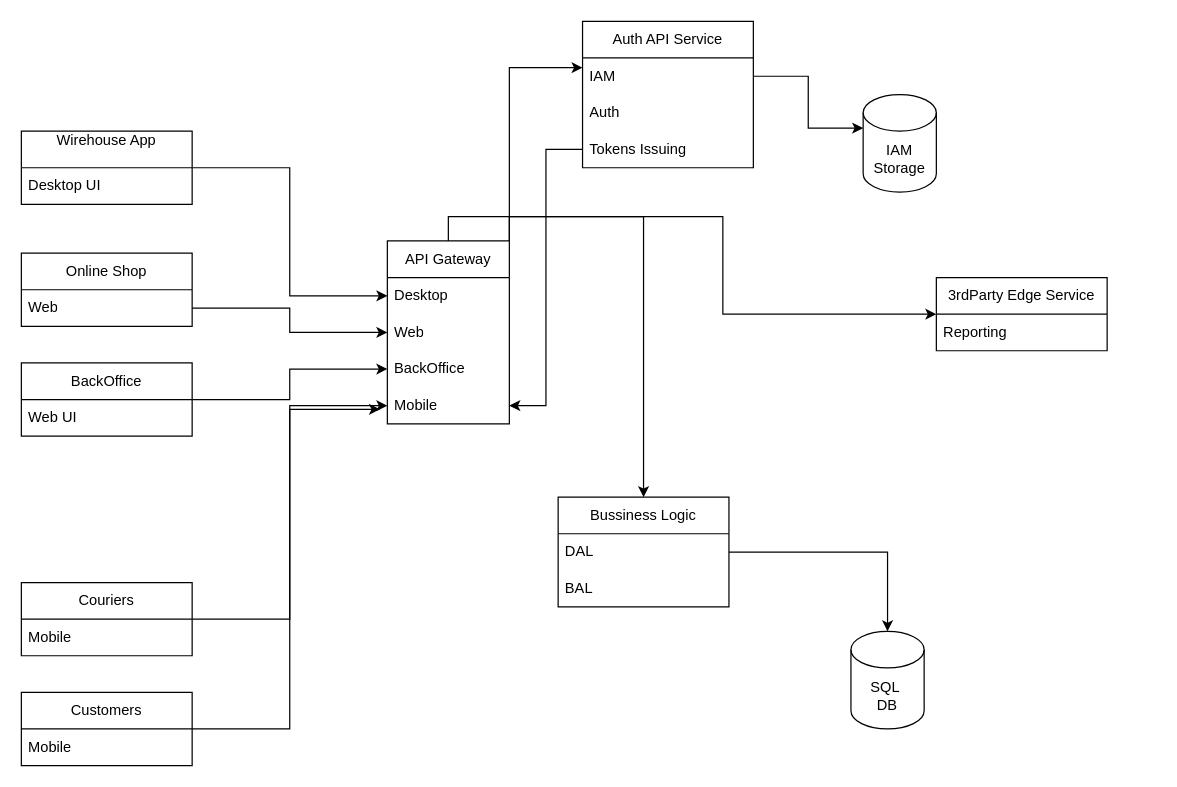
The draw.io diagram .NET Mentoring Program Advanced 2024 Q2 [UA]/Architectural Styles and Patterns/Untitled Diagram.drawio in YBalan/EPAM.NETMentoring, before the edit. Source tidied: cells renumbered, new cells numbered last; positions are measured from the earlier drawing's top-left corner, leaving out a move shared by most shapes. Both pictures are drawn from the tidied source at 122%, with x=0, y=0 at pixel (21, 21).
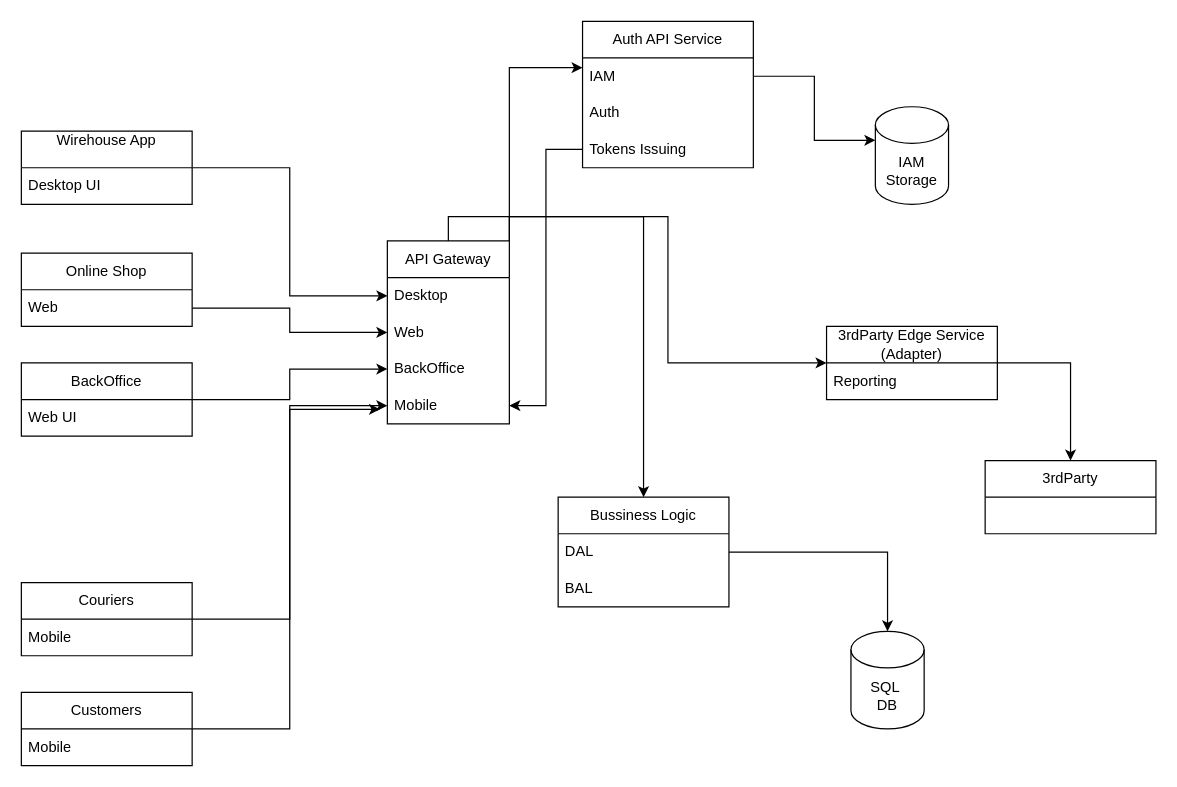
Above is the later version.

Diff of the diagram source:
```diff
@@
     <mxCell id="2" value="IAM Storage" style="shape=cylinder3;whiteSpace=wrap;html=1;boundedLbl=1;backgroundOutline=1;size=15;" parent="1" vertex="1">
-      <mxGeometry x="690" y="60" width="60" height="80" as="geometry" />
+      <mxGeometry x="700" y="70" width="60" height="80" as="geometry" />
     </mxCell>
@@
+    <mxCell id="39" style="edgeStyle=orthogonalEdgeStyle;rounded=0;jettySize=auto;html=1;exitX=1;exitY=0.5;exitDx=0;exitDy=0;" parent="1" edge="1" source="11" target="40">
+      <mxGeometry relative="1" as="geometry" />
+    </mxCell>
-    <mxCell id="11" value="3rdParty Edge Service" style="swimlane;fontStyle=0;horizontal=1;startSize=30;whiteSpace=wrap;html=1;" parent="1" vertex="1">
-      <mxGeometry x="750" y="210" width="140" height="60" as="geometry" />
+    <mxCell id="11" value="3rdParty Edge Service (Adapter&lt;span style=&quot;background-color: initial;&quot;&gt;)&lt;/span&gt;" style="swimlane;fontStyle=0;horizontal=1;startSize=30;whiteSpace=wrap;html=1;" parent="1" vertex="1">
+      <mxGeometry x="660" y="250" width="140" height="60" as="geometry" />
     </mxCell>
@@
+    <mxCell id="40" value="3rdParty" style="swimlane;fontStyle=0;horizontal=1;startSize=30;whiteSpace=wrap;html=1;" parent="1" vertex="1">
+      <mxGeometry x="790" y="360" width="140" height="60" as="geometry" />
+    </mxCell>
```
